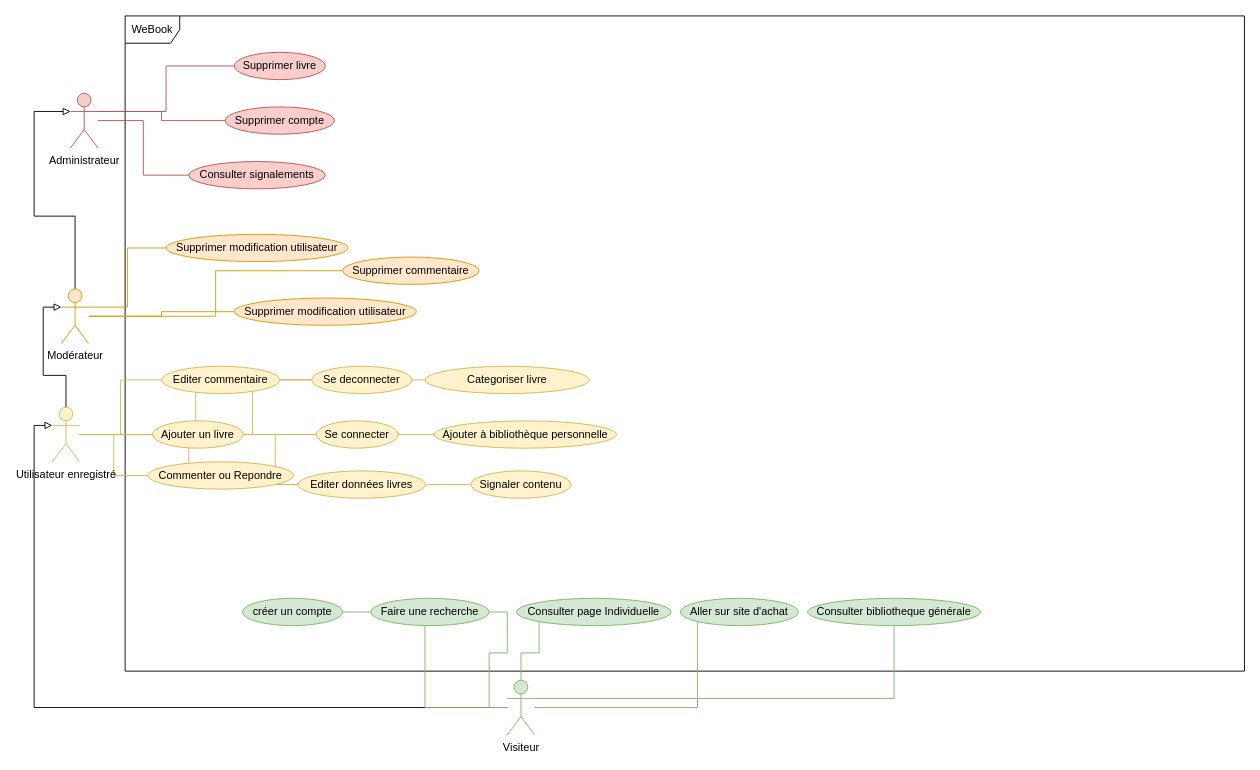
Earlier version of the draw.io diagram page "useCases" (1 of 6) of DrawWeBook.drawio (caminomenorca/Projet-bibliotheque-poec). Source tidied: cells renumbered, new cells numbered last; positions are measured from the earlier drawing's top-left corner, leaving out a move shared by most shapes. Both pictures are drawn from the tidied source at 91%, with x=0, y=0 at pixel (34, 15).
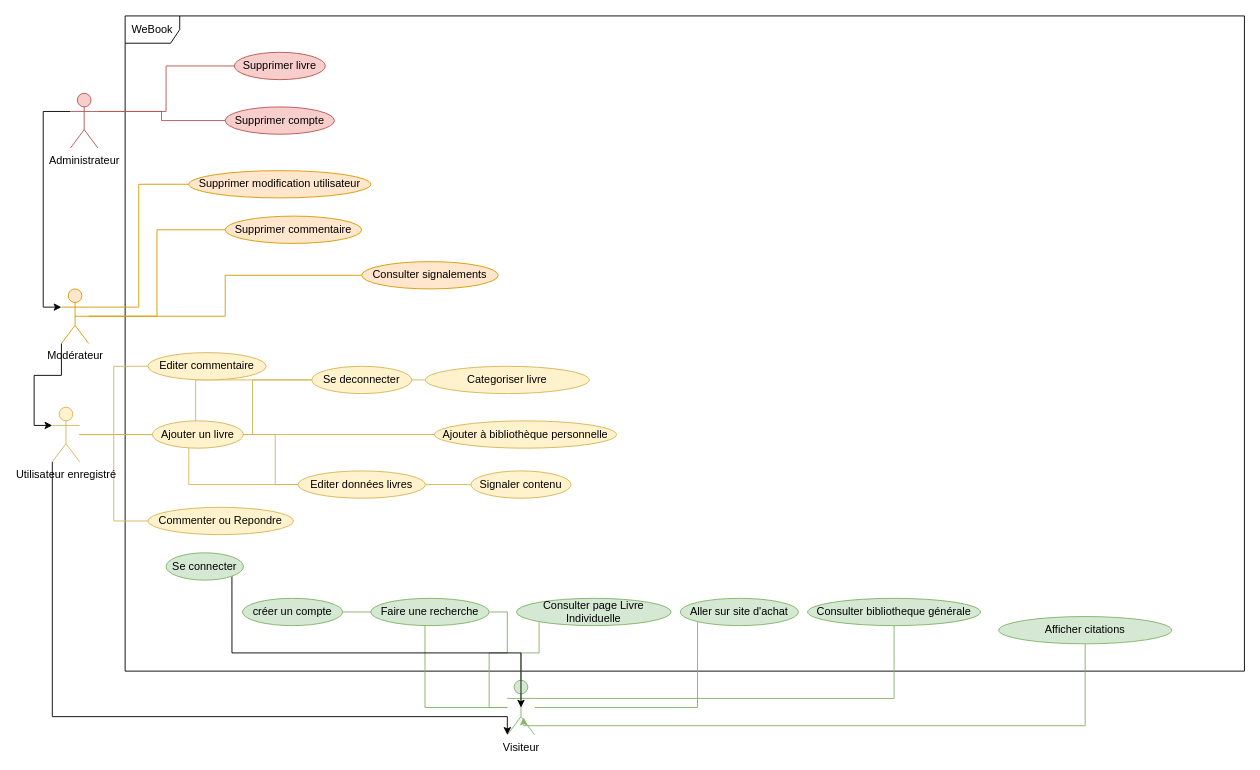
After the change.

The change refers to these unchanged cells:
```xml
<mxCell id="9" value="Visiteur" style="shape=umlActor;verticalLabelPosition=bottom;verticalAlign=top;html=1;fillColor=#d5e8d4;strokeColor=#82b366;" parent="1" vertex="1">
  <mxGeometry x="520" y="730" width="30" height="60" as="geometry" />
</mxCell>
<mxCell id="20" value="&lt;div&gt;Utilisateur enregistré&lt;/div&gt;&lt;div&gt;&lt;br&gt;&lt;/div&gt;" style="shape=umlActor;verticalLabelPosition=bottom;verticalAlign=top;html=1;fillColor=#fff2cc;strokeColor=#d6b656;" parent="1" vertex="1">
  <mxGeometry x="20" y="430" width="30" height="60" as="geometry" />
</mxCell>
<mxCell id="22" value="&lt;div&gt;Administrateur&lt;/div&gt;&lt;div&gt;&lt;br&gt;&lt;/div&gt;" style="shape=umlActor;verticalLabelPosition=bottom;verticalAlign=top;html=1;fillColor=#f8cecc;strokeColor=#b85450;" parent="1" vertex="1">
  <mxGeometry x="40" y="85" width="30" height="60" as="geometry" />
</mxCell>
<mxCell id="27" value="Modérateur" style="shape=umlActor;verticalLabelPosition=bottom;verticalAlign=top;html=1;fillColor=#ffe6cc;strokeColor=#d79b00;" parent="1" vertex="1">
  <mxGeometry x="30" y="300" width="30" height="60" as="geometry" />
</mxCell>
```

What changed in the source:
```diff
@@
-    <mxCell id="3" style="edgeStyle=orthogonalEdgeStyle;rounded=0;jettySize=auto;html=1;entryX=0;entryY=0.3333333333333333;entryDx=0;entryDy=0;entryPerimeter=0;endArrow=block;endFill=0;" parent="1" edge="1" source="9" target="20">
-      <mxGeometry relative="1" as="geometry" />
-    </mxCell>
@@
-    <mxCell id="10" style="edgeStyle=orthogonalEdgeStyle;rounded=0;jettySize=auto;html=1;endArrow=block;endFill=0;entryX=0;entryY=0.3333333333333333;entryDx=0;entryDy=0;entryPerimeter=0;" parent="1" edge="1" source="20" target="27">
-      <mxGeometry relative="1" as="geometry" />
-    </mxCell>
@@
-    <mxCell id="15" style="edgeStyle=orthogonalEdgeStyle;rounded=0;jettySize=auto;html=1;entryX=0;entryY=0.5;entryDx=0;entryDy=0;endArrow=none;endFill=0;fillColor=#fff2cc;strokeColor=#d6b656;" parent="1" edge="1" source="20" target="33">
-      <mxGeometry relative="1" as="geometry" />
-    </mxCell>
@@
+    <mxCell id="50" style="edgeStyle=orthogonalEdgeStyle;rounded=0;jettySize=auto;html=1;exitX=0;exitY=1;exitDx=0;exitDy=0;exitPerimeter=0;entryX=0;entryY=1;entryDx=0;entryDy=0;entryPerimeter=0;fontSize=12;" parent="1" edge="1" source="20" target="9">
+      <mxGeometry relative="1" as="geometry">
+        <Array as="points">
+          <mxPoint x="20" y="770" />
+          <mxPoint x="520" y="770" />
+        </Array>
+      </mxGeometry>
+    </mxCell>
@@
-    <mxCell id="21" style="edgeStyle=orthogonalEdgeStyle;rounded=0;jettySize=auto;html=1;entryX=0;entryY=0.5;entryDx=0;entryDy=0;endArrow=none;endFill=0;fillColor=#f8cecc;strokeColor=#b85450;" parent="1" edge="1" source="22" target="41">
+    <mxCell id="21" style="edgeStyle=orthogonalEdgeStyle;rounded=0;jettySize=auto;html=1;entryX=0;entryY=0.5;entryDx=0;entryDy=0;endArrow=none;endFill=0;fillColor=#ffe6cc;strokeColor=#d79b00;exitX=0.5;exitY=0.5;exitDx=0;exitDy=0;exitPerimeter=0;" parent="1" edge="1" source="27" target="41">
       <mxGeometry relative="1" as="geometry" />
     </mxCell>
+    <mxCell id="51" style="edgeStyle=orthogonalEdgeStyle;rounded=0;jettySize=auto;html=1;exitX=0;exitY=0.3333333333333333;exitDx=0;exitDy=0;exitPerimeter=0;entryX=0;entryY=0.3333333333333333;entryDx=0;entryDy=0;entryPerimeter=0;fontSize=12;" parent="1" edge="1" source="22" target="27">
+      <mxGeometry relative="1" as="geometry" />
+    </mxCell>
@@
-    <mxCell id="23" style="edgeStyle=orthogonalEdgeStyle;rounded=0;jettySize=auto;html=1;exitX=0.5;exitY=0;exitDx=0;exitDy=0;exitPerimeter=0;entryX=0;entryY=0.3333333333333333;entryDx=0;entryDy=0;entryPerimeter=0;endArrow=block;endFill=0;" parent="1" edge="1" source="27" target="22">
-      <mxGeometry relative="1" as="geometry">
-        <Array as="points">
-          <mxPoint x="45" y="220" />
-          <mxPoint y="220" />
-          <mxPoint y="105" />
-        </Array>
-      </mxGeometry>
-    </mxCell>
@@
-    <mxCell id="26" style="edgeStyle=orthogonalEdgeStyle;rounded=0;jettySize=auto;html=1;entryX=0;entryY=0.5;entryDx=0;entryDy=0;endArrow=none;endFill=0;fillColor=#ffe6cc;strokeColor=#d79b00;" parent="1" edge="1" source="27" target="43">
-      <mxGeometry relative="1" as="geometry" />
-    </mxCell>
+    <mxCell id="52" style="edgeStyle=orthogonalEdgeStyle;rounded=0;jettySize=auto;html=1;exitX=0;exitY=1;exitDx=0;exitDy=0;exitPerimeter=0;entryX=0;entryY=0.3333333333333333;entryDx=0;entryDy=0;entryPerimeter=0;fontSize=12;" parent="1" edge="1" source="27" target="20">
+      <mxGeometry relative="1" as="geometry" />
+    </mxCell>
@@
-    <mxCell id="30" value="Consulter page Individuelle" style="ellipse;whiteSpace=wrap;html=1;fillColor=#d5e8d4;strokeColor=#82b366;" parent="1" vertex="1">
+    <mxCell id="30" value="Consulter page Livre Individuelle" style="ellipse;whiteSpace=wrap;html=1;fillColor=#d5e8d4;strokeColor=#82b366;" parent="1" vertex="1">
       <mxGeometry x="530" y="640" width="170" height="30" as="geometry" />
     </mxCell>
@@
+    <mxCell id="53" style="edgeStyle=orthogonalEdgeStyle;rounded=0;jettySize=auto;html=1;exitX=1;exitY=1;exitDx=0;exitDy=0;entryX=0.5;entryY=0.5;entryDx=0;entryDy=0;entryPerimeter=0;fontSize=12;" parent="1" edge="1" source="33" target="9">
+      <mxGeometry relative="1" as="geometry">
+        <Array as="points">
+          <mxPoint x="217" y="700" />
+          <mxPoint x="535" y="700" />
+        </Array>
+      </mxGeometry>
+    </mxCell>
-    <mxCell id="33" value="Se connecter" style="ellipse;whiteSpace=wrap;html=1;fillColor=#fff2cc;strokeColor=#d6b656;" parent="1" vertex="1">
-      <mxGeometry x="310" y="445" width="90" height="30" as="geometry" />
+    <mxCell id="33" value="Se connecter" style="ellipse;whiteSpace=wrap;html=1;fillColor=#d5e8d4;strokeColor=#82b366;" parent="1" vertex="1">
+      <mxGeometry x="145" y="590" width="85" height="30" as="geometry" />
     </mxCell>
@@
     <mxCell id="39" value="Editer commentaire" style="ellipse;whiteSpace=wrap;html=1;fillColor=#fff2cc;strokeColor=#d6b656;" parent="1" vertex="1">
-      <mxGeometry x="140" y="385" width="130" height="30" as="geometry" />
+      <mxGeometry x="125" y="370" width="130" height="30" as="geometry" />
     </mxCell>
     <mxCell id="40" value="Commenter ou Repondre" style="ellipse;whiteSpace=wrap;html=1;fillColor=#fff2cc;strokeColor=#d6b656;" parent="1" vertex="1">
-      <mxGeometry x="125" y="490" width="160" height="30" as="geometry" />
+      <mxGeometry x="125" y="540" width="160" height="30" as="geometry" />
     </mxCell>
-    <mxCell id="41" value="Consulter signalements" style="ellipse;whiteSpace=wrap;html=1;fillColor=#f8cecc;strokeColor=#b85450;" parent="1" vertex="1">
-      <mxGeometry x="170" y="160" width="150" height="30" as="geometry" />
+    <mxCell id="41" value="Consulter signalements" style="ellipse;whiteSpace=wrap;html=1;fillColor=#ffe6cc;strokeColor=#d79b00;" parent="1" vertex="1">
+      <mxGeometry x="360" y="270" width="150" height="30" as="geometry" />
     </mxCell>
     <mxCell id="42" value="Supprimer modification utilisateur" style="ellipse;whiteSpace=wrap;html=1;fillColor=#ffe6cc;strokeColor=#d79b00;" parent="1" vertex="1">
-      <mxGeometry x="145" y="240" width="200" height="30" as="geometry" />
+      <mxGeometry x="170" y="170" width="200" height="30" as="geometry" />
     </mxCell>
-    <mxCell id="43" value="Supprimer modification utilisateur" style="ellipse;whiteSpace=wrap;html=1;fillColor=#ffe6cc;strokeColor=#d79b00;" parent="1" vertex="1">
-      <mxGeometry x="220" y="310" width="200" height="30" as="geometry" />
-    </mxCell>
@@
     <mxCell id="48" value="&lt;div&gt;Supprimer commentaire&lt;/div&gt;" style="ellipse;whiteSpace=wrap;html=1;fillColor=#ffe6cc;strokeColor=#d79b00;" parent="1" vertex="1">
-      <mxGeometry x="339" y="265" width="150" height="30" as="geometry" />
+      <mxGeometry x="210" y="220" width="150" height="30" as="geometry" />
     </mxCell>
@@
+    <mxCell id="54" style="edgeStyle=orthogonalEdgeStyle;rounded=0;jettySize=auto;html=1;entryX=0.6;entryY=0.683;entryDx=0;entryDy=0;entryPerimeter=0;fontSize=12;fillColor=#d5e8d4;strokeColor=#82b366;" parent="1" edge="1" source="55" target="9">
+      <mxGeometry relative="1" as="geometry">
+        <Array as="points">
+          <mxPoint x="1155" y="780" />
+          <mxPoint x="538" y="780" />
+        </Array>
+      </mxGeometry>
+    </mxCell>
+    <mxCell id="55" value="&lt;div&gt;Afficher citations&lt;/div&gt;" style="ellipse;whiteSpace=wrap;html=1;fillColor=#d5e8d4;strokeColor=#82b366;" parent="1" vertex="1">
+      <mxGeometry x="1060" y="660" width="190" height="30" as="geometry" />
+    </mxCell>
```
